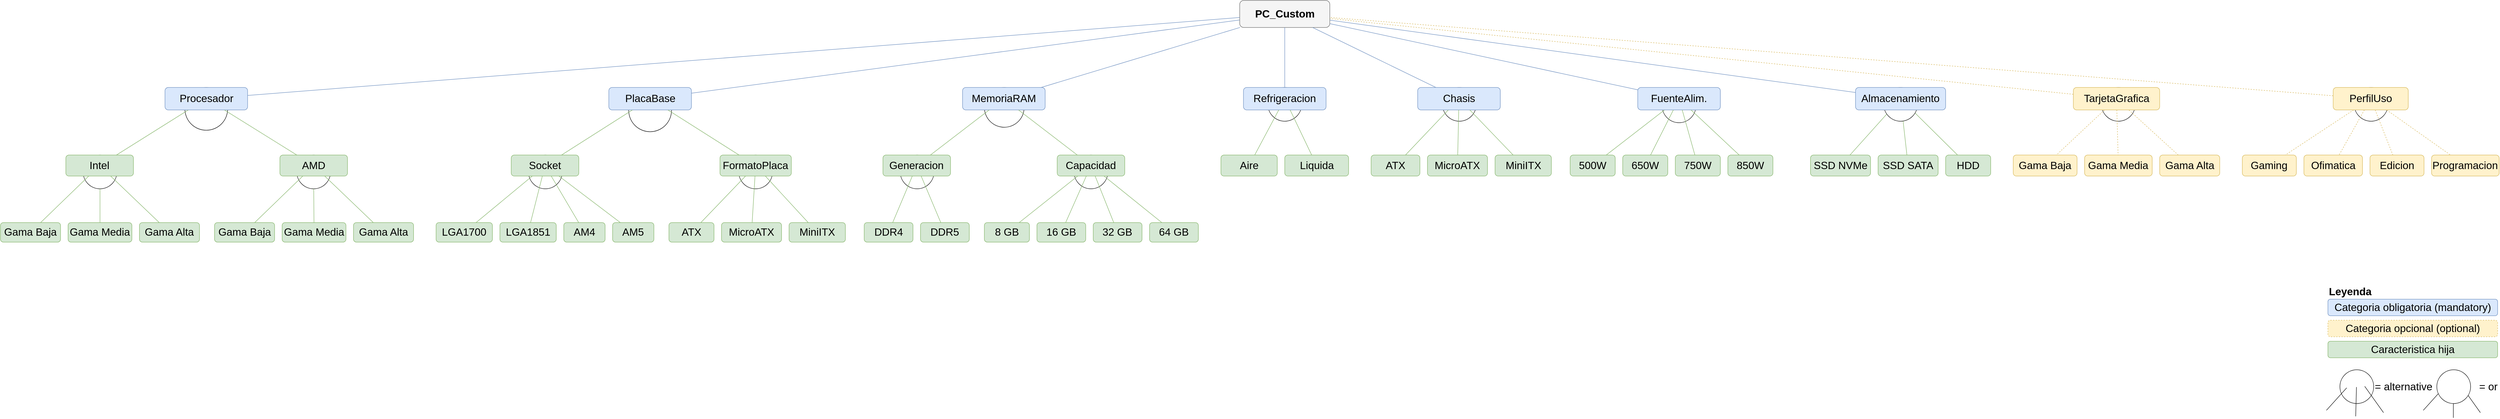
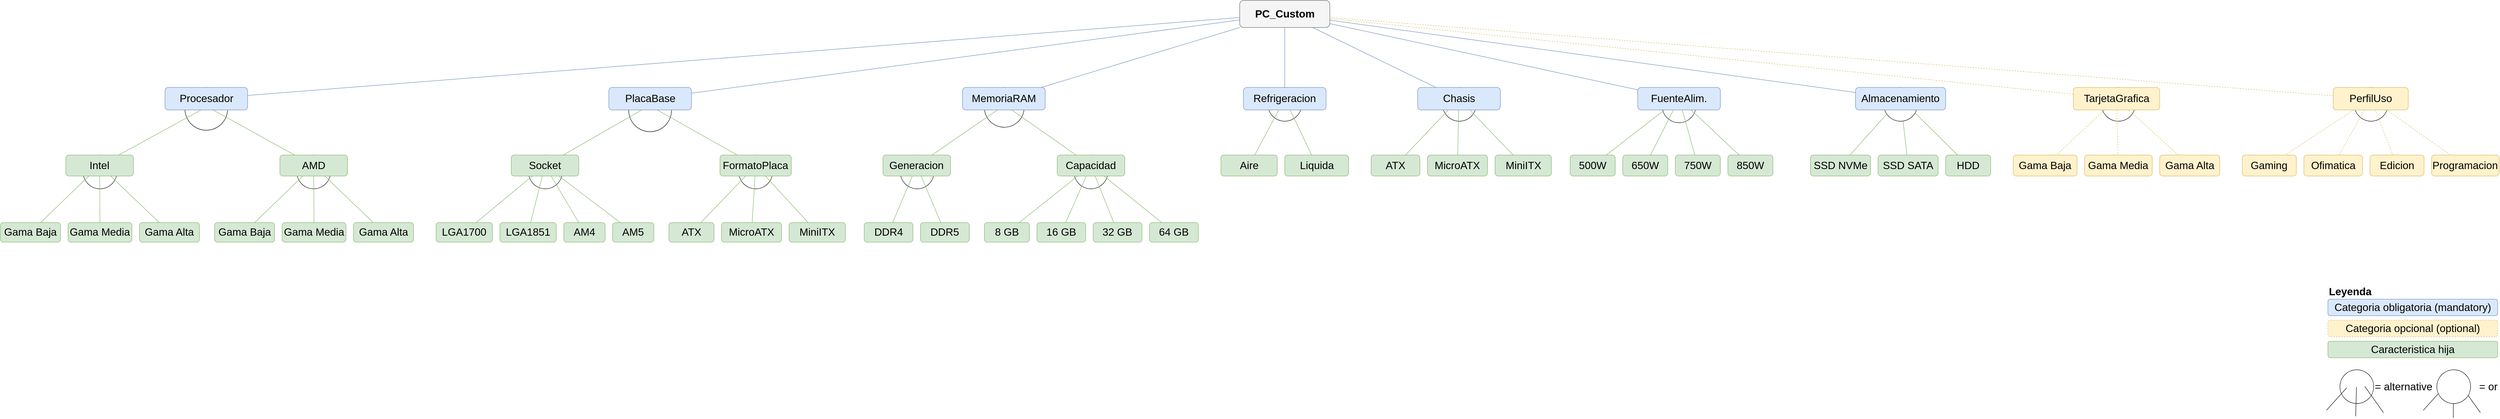
<mxfile host="app.diagrams.net">
  <diagram name="Feature Model" id="fm-tree">
-     <mxGraphModel dx="5110" dy="2810" grid="1" gridSize="10" guides="1" tooltips="1" connect="1" arrows="1" fold="1" page="1" pageScale="1" pageWidth="6171" pageHeight="1029" math="0" shadow="0">
+     <mxGraphModel dx="4687" dy="2590" grid="1" gridSize="10" guides="1" tooltips="1" connect="1" arrows="1" fold="1" page="1" pageScale="1" pageWidth="6171" pageHeight="1029" math="0" shadow="0">
      <root>
        <mxCell id="0" />
        <mxCell id="1" parent="0" />
        <mxCell id="V9edVEXlghJ2Y5-jhlzW-20" parent="1" style="ellipse;whiteSpace=wrap;html=1;aspect=fixed;fontSize=24;" value="" vertex="1">
          <mxGeometry height="97.7" width="97.7" x="438" y="209.6" as="geometry" />
        </mxCell>
        <mxCell id="V9edVEXlghJ2Y5-jhlzW-19" parent="1" style="ellipse;whiteSpace=wrap;html=1;aspect=fixed;fontSize=24;" value="" vertex="1">
          <mxGeometry height="97.7" width="97.7" x="1451.1" y="213" as="geometry" />
        </mxCell>
        <mxCell id="V9edVEXlghJ2Y5-jhlzW-4" parent="1" style="ellipse;whiteSpace=wrap;html=1;aspect=fixed;fontSize=24;" value="" vertex="1">
          <mxGeometry height="77.1" width="77.1" x="4812.9" y="209.6" as="geometry" />
        </mxCell>
        <mxCell id="V9edVEXlghJ2Y5-jhlzW-5" parent="1" style="ellipse;whiteSpace=wrap;html=1;aspect=fixed;fontSize=24;" value="" vertex="1">
          <mxGeometry height="77.1" width="77.1" x="5389.7" y="209.6" as="geometry" />
        </mxCell>
        <mxCell id="V9edVEXlghJ2Y5-jhlzW-6" parent="1" style="ellipse;whiteSpace=wrap;html=1;aspect=fixed;fontSize=24;" value="" vertex="1">
          <mxGeometry height="77.1" width="77.1" x="3308.6" y="209.6" as="geometry" />
        </mxCell>
        <mxCell id="V9edVEXlghJ2Y5-jhlzW-7" parent="1" style="ellipse;whiteSpace=wrap;html=1;aspect=fixed;fontSize=24;" value="" vertex="1">
          <mxGeometry height="77.1" width="77.1" x="2910" y="209.6" as="geometry" />
        </mxCell>
        <mxCell id="V9edVEXlghJ2Y5-jhlzW-8" parent="1" style="ellipse;whiteSpace=wrap;html=1;aspect=fixed;fontSize=24;" value="" vertex="1">
          <mxGeometry height="90.9" width="90.9" x="2262.9" y="209.6" as="geometry" />
        </mxCell>
        <mxCell id="V9edVEXlghJ2Y5-jhlzW-9" parent="1" style="ellipse;whiteSpace=wrap;html=1;aspect=fixed;fontSize=24;" value="" vertex="1">
          <mxGeometry height="77.1" width="77.1" x="2467.7" y="363.9" as="geometry" />
        </mxCell>
        <mxCell id="V9edVEXlghJ2Y5-jhlzW-10" parent="1" style="ellipse;whiteSpace=wrap;html=1;aspect=fixed;fontSize=24;" value="" vertex="1">
          <mxGeometry height="77.1" width="77.1" x="2070.9" y="363.9" as="geometry" />
        </mxCell>
        <mxCell id="V9edVEXlghJ2Y5-jhlzW-11" parent="1" style="ellipse;whiteSpace=wrap;html=1;aspect=fixed;fontSize=24;" value="" vertex="1">
          <mxGeometry height="77.1" width="77.1" x="1702.3" y="363.9" as="geometry" />
        </mxCell>
        <mxCell id="V9edVEXlghJ2Y5-jhlzW-12" parent="1" style="ellipse;whiteSpace=wrap;html=1;aspect=fixed;fontSize=24;" value="" vertex="1">
          <mxGeometry height="77.1" width="77.1" x="1222.3" y="363.9" as="geometry" />
        </mxCell>
        <mxCell id="V9edVEXlghJ2Y5-jhlzW-15" parent="1" style="ellipse;whiteSpace=wrap;html=1;aspect=fixed;fontSize=24;" value="" vertex="1">
          <mxGeometry height="77.1" width="77.1" x="693.4" y="363.9" as="geometry" />
        </mxCell>
        <mxCell id="V9edVEXlghJ2Y5-jhlzW-17" parent="1" style="ellipse;whiteSpace=wrap;html=1;aspect=fixed;fontSize=24;" value="" vertex="1">
          <mxGeometry height="77.1" width="77.1" x="205.7" y="363.9" as="geometry" />
        </mxCell>
        <mxCell id="V9edVEXlghJ2Y5-jhlzW-3" parent="1" style="ellipse;whiteSpace=wrap;html=1;aspect=fixed;fontSize=24;" value="" vertex="1">
          <mxGeometry height="77.1" width="77.1" x="3810" y="213" as="geometry" />
        </mxCell>
        <mxCell id="root" parent="1" style="rounded=1;whiteSpace=wrap;html=1;fillColor=#f5f5f5;strokeColor=#666666;fontStyle=1;fontSize=24;" value="PC_Custom" vertex="1">
          <mxGeometry height="61.7" width="205.7" x="2845.75" y="10.999999999999996" as="geometry" />
        </mxCell>
        <mxCell id="proc" parent="1" style="rounded=1;whiteSpace=wrap;html=1;fillColor=#dae8fc;strokeColor=#6c8ebf;fontSize=24;" value="Procesador" vertex="1">
          <mxGeometry height="51.4" width="188.6" x="392.6" y="209.6" as="geometry" />
        </mxCell>
        <mxCell id="pb" parent="1" style="rounded=1;whiteSpace=wrap;html=1;fillColor=#dae8fc;strokeColor=#6c8ebf;fontSize=24;" value="PlacaBase" vertex="1">
          <mxGeometry height="51.4" width="188.6" x="1405.7" y="209.6" as="geometry" />
        </mxCell>
        <mxCell id="ram" parent="1" style="rounded=1;whiteSpace=wrap;html=1;fillColor=#dae8fc;strokeColor=#6c8ebf;fontSize=24;" value="MemoriaRAM" vertex="1">
          <mxGeometry height="51.4" width="188.6" x="2213.1" y="209.6" as="geometry" />
        </mxCell>
        <mxCell id="ref" parent="1" style="rounded=1;whiteSpace=wrap;html=1;fillColor=#dae8fc;strokeColor=#6c8ebf;fontSize=24;" value="Refrigeracion" vertex="1">
          <mxGeometry height="51.4" width="188.6" x="2854.3" y="209.6" as="geometry" />
        </mxCell>
        <mxCell id="chasis" parent="1" style="rounded=1;whiteSpace=wrap;html=1;fillColor=#dae8fc;strokeColor=#6c8ebf;fontSize=24;" value="Chasis" vertex="1">
          <mxGeometry height="51.4" width="188.6" x="3252" y="209.6" as="geometry" />
        </mxCell>
        <mxCell id="psu" parent="1" style="rounded=1;whiteSpace=wrap;html=1;fillColor=#dae8fc;strokeColor=#6c8ebf;fontSize=24;" value="FuenteAlim." vertex="1">
          <mxGeometry height="51.4" width="188.6" x="3754.3" y="209.6" as="geometry" />
        </mxCell>
        <mxCell id="gpu" parent="1" style="rounded=1;whiteSpace=wrap;html=1;fillColor=#fff2cc;strokeColor=#d6b656;fontSize=24;" value="TarjetaGrafica" vertex="1">
          <mxGeometry height="51.4" width="197.1" x="4748.6" y="209.6" as="geometry" />
        </mxCell>
        <mxCell id="perfil" parent="1" style="rounded=1;whiteSpace=wrap;html=1;fillColor=#fff2cc;strokeColor=#d6b656;fontSize=24;" value="PerfilUso" vertex="1">
          <mxGeometry height="51.4" width="171.4" x="5341.7" y="209.6" as="geometry" />
        </mxCell>
        <mxCell id="intel" parent="1" style="rounded=1;whiteSpace=wrap;html=1;fillColor=#d5e8d4;strokeColor=#82b366;fontSize=24;" value="Intel" vertex="1">
          <mxGeometry height="48" width="154.3" x="166.3" y="363.9" as="geometry" />
        </mxCell>
        <mxCell id="amd" parent="1" style="rounded=1;whiteSpace=wrap;html=1;fillColor=#d5e8d4;strokeColor=#82b366;fontSize=24;" value="AMD" vertex="1">
          <mxGeometry height="48" width="154.3" x="654.9" y="363.9" as="geometry" />
        </mxCell>
-         <mxCell id="e_p_intel" edge="1" parent="1" source="proc" style="endArrow=none;html=1;strokeColor=#82b366;fontSize=24;" target="intel">
-           <mxGeometry relative="1" as="geometry" />
-         </mxCell>
-         <mxCell id="e_p_amd" edge="1" parent="1" source="proc" style="endArrow=none;html=1;strokeColor=#82b366;fontSize=24;" target="amd">
+         <mxCell id="e_p_intel" edge="1" parent="1" source="proc" style="endArrow=none;html=1;strokeColor=#82b366;fontSize=24;exitX=0.436;exitY=0.999;exitDx=0;exitDy=0;exitPerimeter=0;" target="intel">
+           <mxGeometry relative="1" as="geometry" />
+         </mxCell>
+         <mxCell id="e_p_amd" edge="1" parent="1" source="proc" style="endArrow=none;html=1;strokeColor=#82b366;fontSize=24;exitX=0.58;exitY=0.999;exitDx=0;exitDy=0;exitPerimeter=0;" target="amd">
          <mxGeometry relative="1" as="geometry" />
        </mxCell>
        <mxCell id="i_low" parent="1" style="rounded=1;whiteSpace=wrap;html=1;fillColor=#d5e8d4;strokeColor=#82b366;fontSize=24;" value="Gama Baja" vertex="1">
          <mxGeometry height="44.6" width="137.1" x="17.1" y="518.1" as="geometry" />
        </mxCell>
        <mxCell id="i_mid" parent="1" style="rounded=1;whiteSpace=wrap;html=1;fillColor=#d5e8d4;strokeColor=#82b366;fontSize=24;" value="Gama Media" vertex="1">
          <mxGeometry height="44.6" width="145.7" x="171.4" y="518.1" as="geometry" />
        </mxCell>
        <mxCell id="i_high" parent="1" style="rounded=1;whiteSpace=wrap;html=1;fillColor=#d5e8d4;strokeColor=#82b366;fontSize=24;" value="Gama Alta" vertex="1">
          <mxGeometry height="44.6" width="137.1" x="334.3" y="518.1" as="geometry" />
        </mxCell>
        <mxCell id="e_i_l" edge="1" parent="1" source="intel" style="endArrow=none;html=1;strokeColor=#82b366;fontSize=24;" target="i_low">
          <mxGeometry relative="1" as="geometry" />
        </mxCell>
-         <mxCell id="e_i_m" edge="1" parent="1" source="V9edVEXlghJ2Y5-jhlzW-17" style="endArrow=none;html=1;strokeColor=#82b366;fontSize=24;" target="i_mid">
+         <mxCell id="e_i_m" edge="1" parent="1" source="intel" style="endArrow=none;html=1;strokeColor=#82b366;fontSize=24;" target="i_mid">
          <mxGeometry relative="1" as="geometry" />
        </mxCell>
        <mxCell id="e_i_h" edge="1" parent="1" source="intel" style="endArrow=none;html=1;strokeColor=#82b366;fontSize=24;" target="i_high">
          <mxGeometry relative="1" as="geometry" />
        </mxCell>
        <mxCell id="a_low" parent="1" style="rounded=1;whiteSpace=wrap;html=1;fillColor=#d5e8d4;strokeColor=#82b366;fontSize=24;" value="Gama Baja" vertex="1">
          <mxGeometry height="44.6" width="137.1" x="505.7" y="518.1" as="geometry" />
        </mxCell>
        <mxCell id="a_mid" parent="1" style="rounded=1;whiteSpace=wrap;html=1;fillColor=#d5e8d4;strokeColor=#82b366;fontSize=24;" value="Gama Media" vertex="1">
          <mxGeometry height="44.6" width="145.7" x="660" y="518.1" as="geometry" />
        </mxCell>
        <mxCell id="a_high" parent="1" style="rounded=1;whiteSpace=wrap;html=1;fillColor=#d5e8d4;strokeColor=#82b366;fontSize=24;" value="Gama Alta" vertex="1">
          <mxGeometry height="44.6" width="137.1" x="822.9" y="518.1" as="geometry" />
        </mxCell>
        <mxCell id="e_a_l" edge="1" parent="1" source="amd" style="endArrow=none;html=1;strokeColor=#82b366;fontSize=24;" target="a_low">
          <mxGeometry relative="1" as="geometry" />
        </mxCell>
-         <mxCell id="e_a_m" edge="1" parent="1" source="V9edVEXlghJ2Y5-jhlzW-15" style="endArrow=none;html=1;strokeColor=#82b366;fontSize=24;" target="a_mid">
+         <mxCell id="e_a_m" edge="1" parent="1" source="amd" style="endArrow=none;html=1;strokeColor=#82b366;fontSize=24;" target="a_mid">
          <mxGeometry relative="1" as="geometry" />
        </mxCell>
        <mxCell id="e_a_h" edge="1" parent="1" source="amd" style="endArrow=none;html=1;strokeColor=#82b366;fontSize=24;" target="a_high">
          <mxGeometry relative="1" as="geometry" />
        </mxCell>
        <mxCell id="socket" parent="1" style="rounded=1;whiteSpace=wrap;html=1;fillColor=#d5e8d4;strokeColor=#82b366;fontSize=24;" value="Socket" vertex="1">
          <mxGeometry height="48" width="154.3" x="1182.9" y="363.9" as="geometry" />
        </mxCell>
        <mxCell id="formato" parent="1" style="rounded=1;whiteSpace=wrap;html=1;fillColor=#d5e8d4;strokeColor=#82b366;fontSize=24;" value="FormatoPlaca" vertex="1">
          <mxGeometry height="48" width="162.9" x="1659.4" y="363.9" as="geometry" />
        </mxCell>
-         <mxCell id="e_pb_s" edge="1" parent="1" source="pb" style="endArrow=none;html=1;strokeColor=#82b366;fontSize=24;" target="socket">
-           <mxGeometry relative="1" as="geometry" />
-         </mxCell>
-         <mxCell id="e_pb_f" edge="1" parent="1" source="pb" style="endArrow=none;html=1;strokeColor=#82b366;fontSize=24;" target="formato">
-           <mxGeometry relative="1" as="geometry" />
+         <mxCell id="e_pb_s" edge="1" parent="1" source="pb" style="endArrow=none;html=1;strokeColor=#82b366;fontSize=24;exitX=0.394;exitY=1.008;exitDx=0;exitDy=0;exitPerimeter=0;" target="socket">
+           <mxGeometry relative="1" as="geometry" />
+         </mxCell>
+         <mxCell id="e_pb_f" edge="1" parent="1" source="pb" style="endArrow=none;html=1;strokeColor=#82b366;fontSize=24;exitX=0.589;exitY=1.004;exitDx=0;exitDy=0;exitPerimeter=0;" target="formato">
+           <mxGeometry relative="1" as="geometry">
+             <mxPoint x="1520" y="260" as="sourcePoint" />
+           </mxGeometry>
        </mxCell>
        <mxCell id="lga1700" parent="1" style="rounded=1;whiteSpace=wrap;html=1;fillColor=#d5e8d4;strokeColor=#82b366;fontSize=24;" value="LGA1700" vertex="1">
          <mxGeometry height="44.6" width="128.6" x="1011.4" y="518.1" as="geometry" />
        </mxCell>
        <mxCell id="lga1851" parent="1" style="rounded=1;whiteSpace=wrap;html=1;fillColor=#d5e8d4;strokeColor=#82b366;fontSize=24;" value="LGA1851" vertex="1">
          <mxGeometry height="44.6" width="128.6" x="1157.1" y="518.1" as="geometry" />
        </mxCell>
        <mxCell id="am4" parent="1" style="rounded=1;whiteSpace=wrap;html=1;fillColor=#d5e8d4;strokeColor=#82b366;fontSize=24;" value="AM4" vertex="1">
          <mxGeometry height="44.6" width="94.3" x="1302.9" y="518.1" as="geometry" />
        </mxCell>
        <mxCell id="am5" parent="1" style="rounded=1;whiteSpace=wrap;html=1;fillColor=#d5e8d4;strokeColor=#82b366;fontSize=24;" value="AM5" vertex="1">
          <mxGeometry height="44.6" width="94.3" x="1414.3" y="518.1" as="geometry" />
        </mxCell>
        <mxCell id="e_s_1700" edge="1" parent="1" source="socket" style="endArrow=none;html=1;strokeColor=#82b366;fontSize=24;" target="lga1700">
          <mxGeometry relative="1" as="geometry" />
        </mxCell>
        <mxCell id="e_s_1851" edge="1" parent="1" source="socket" style="endArrow=none;html=1;strokeColor=#82b366;fontSize=24;" target="lga1851">
          <mxGeometry relative="1" as="geometry" />
        </mxCell>
        <mxCell id="e_s_am4" edge="1" parent="1" source="socket" style="endArrow=none;html=1;strokeColor=#82b366;fontSize=24;" target="am4">
          <mxGeometry relative="1" as="geometry" />
        </mxCell>
        <mxCell id="e_s_am5" edge="1" parent="1" source="socket" style="endArrow=none;html=1;strokeColor=#82b366;fontSize=24;" target="am5">
          <mxGeometry relative="1" as="geometry" />
        </mxCell>
        <mxCell id="atx" parent="1" style="rounded=1;whiteSpace=wrap;html=1;fillColor=#d5e8d4;strokeColor=#82b366;fontSize=24;" value="ATX" vertex="1">
          <mxGeometry height="44.6" width="102.9" x="1542.9" y="518.1" as="geometry" />
        </mxCell>
        <mxCell id="matx" parent="1" style="rounded=1;whiteSpace=wrap;html=1;fillColor=#d5e8d4;strokeColor=#82b366;fontSize=24;" value="MicroATX" vertex="1">
          <mxGeometry height="44.6" width="137.1" x="1662.9" y="518.1" as="geometry" />
        </mxCell>
        <mxCell id="mitx" parent="1" style="rounded=1;whiteSpace=wrap;html=1;fillColor=#d5e8d4;strokeColor=#82b366;fontSize=24;" value="MiniITX" vertex="1">
          <mxGeometry height="44.6" width="128.6" x="1817.1" y="518.1" as="geometry" />
        </mxCell>
        <mxCell id="e_f_atx" edge="1" parent="1" source="formato" style="endArrow=none;html=1;strokeColor=#82b366;fontSize=24;" target="atx">
          <mxGeometry relative="1" as="geometry" />
        </mxCell>
        <mxCell id="e_f_matx" edge="1" parent="1" source="formato" style="endArrow=none;html=1;strokeColor=#82b366;fontSize=24;" target="matx">
          <mxGeometry relative="1" as="geometry" />
        </mxCell>
        <mxCell id="e_f_mitx" edge="1" parent="1" source="formato" style="endArrow=none;html=1;strokeColor=#82b366;fontSize=24;" target="mitx">
          <mxGeometry relative="1" as="geometry" />
        </mxCell>
        <mxCell id="genram" parent="1" style="rounded=1;whiteSpace=wrap;html=1;fillColor=#d5e8d4;strokeColor=#82b366;fontSize=24;" value="Generacion" vertex="1">
          <mxGeometry height="48" width="154.3" x="2031.4" y="363.9" as="geometry" />
        </mxCell>
        <mxCell id="capram" parent="1" style="rounded=1;whiteSpace=wrap;html=1;fillColor=#d5e8d4;strokeColor=#82b366;fontSize=24;" value="Capacidad" vertex="1">
          <mxGeometry height="48" width="154.3" x="2429.1" y="363.9" as="geometry" />
        </mxCell>
-         <mxCell id="e_ram_g" edge="1" parent="1" source="ram" style="endArrow=none;html=1;strokeColor=#82b366;fontSize=24;" target="genram">
-           <mxGeometry relative="1" as="geometry" />
-         </mxCell>
-         <mxCell id="e_ram_c" edge="1" parent="1" source="ram" style="endArrow=none;html=1;strokeColor=#82b366;fontSize=24;" target="capram">
-           <mxGeometry relative="1" as="geometry" />
+         <mxCell id="e_ram_g" edge="1" parent="1" source="ram" style="endArrow=none;html=1;strokeColor=#82b366;fontSize=24;exitX=0.419;exitY=1.01;exitDx=0;exitDy=0;exitPerimeter=0;" target="genram">
+           <mxGeometry relative="1" as="geometry" />
+         </mxCell>
+         <mxCell id="e_ram_c" edge="1" parent="1" source="ram" style="endArrow=none;html=1;strokeColor=#82b366;fontSize=24;exitX=0.598;exitY=1.005;exitDx=0;exitDy=0;exitPerimeter=0;" target="capram">
+           <mxGeometry relative="1" as="geometry">
+             <mxPoint x="2327" y="257" as="sourcePoint" />
+           </mxGeometry>
        </mxCell>
        <mxCell id="ddr4" parent="1" style="rounded=1;whiteSpace=wrap;html=1;fillColor=#d5e8d4;strokeColor=#82b366;fontSize=24;" value="DDR4" vertex="1">
          <mxGeometry height="44.6" width="111.4" x="1988.6" y="518.1" as="geometry" />
        </mxCell>
        <mxCell id="ddr5" parent="1" style="rounded=1;whiteSpace=wrap;html=1;fillColor=#d5e8d4;strokeColor=#82b366;fontSize=24;" value="DDR5" vertex="1">
          <mxGeometry height="44.6" width="111.4" x="2117.1" y="518.1" as="geometry" />
        </mxCell>
        <mxCell id="e_g_ddr4" edge="1" parent="1" source="genram" style="endArrow=none;html=1;strokeColor=#82b366;fontSize=24;" target="ddr4">
          <mxGeometry relative="1" as="geometry" />
        </mxCell>
        <mxCell id="e_g_ddr5" edge="1" parent="1" source="genram" style="endArrow=none;html=1;strokeColor=#82b366;fontSize=24;" target="ddr5">
          <mxGeometry relative="1" as="geometry" />
        </mxCell>
        <mxCell id="r8" parent="1" style="rounded=1;whiteSpace=wrap;html=1;fillColor=#d5e8d4;strokeColor=#82b366;fontSize=24;" value="8 GB" vertex="1">
          <mxGeometry height="44.6" width="102.9" x="2262.9" y="518.1" as="geometry" />
        </mxCell>
        <mxCell id="r16" parent="1" style="rounded=1;whiteSpace=wrap;html=1;fillColor=#d5e8d4;strokeColor=#82b366;fontSize=24;" value="16 GB" vertex="1">
          <mxGeometry height="44.6" width="111.4" x="2382.9" y="518.1" as="geometry" />
        </mxCell>
        <mxCell id="r32" parent="1" style="rounded=1;whiteSpace=wrap;html=1;fillColor=#d5e8d4;strokeColor=#82b366;fontSize=24;" value="32 GB" vertex="1">
          <mxGeometry height="44.6" width="111.4" x="2511.4" y="518.1" as="geometry" />
        </mxCell>
        <mxCell id="r64" parent="1" style="rounded=1;whiteSpace=wrap;html=1;fillColor=#d5e8d4;strokeColor=#82b366;fontSize=24;" value="64 GB" vertex="1">
          <mxGeometry height="44.6" width="111.4" x="2640" y="518.1" as="geometry" />
        </mxCell>
        <mxCell id="e_c_8" edge="1" parent="1" source="capram" style="endArrow=none;html=1;strokeColor=#82b366;fontSize=24;" target="r8">
          <mxGeometry relative="1" as="geometry" />
        </mxCell>
        <mxCell id="e_c_16" edge="1" parent="1" source="capram" style="endArrow=none;html=1;strokeColor=#82b366;fontSize=24;" target="r16">
          <mxGeometry relative="1" as="geometry" />
        </mxCell>
        <mxCell id="e_c_32" edge="1" parent="1" source="capram" style="endArrow=none;html=1;strokeColor=#82b366;fontSize=24;" target="r32">
          <mxGeometry relative="1" as="geometry" />
        </mxCell>
        <mxCell id="e_c_64" edge="1" parent="1" source="capram" style="endArrow=none;html=1;strokeColor=#82b366;fontSize=24;" target="r64">
          <mxGeometry relative="1" as="geometry" />
        </mxCell>
        <mxCell id="ref_aire" parent="1" style="rounded=1;whiteSpace=wrap;html=1;fillColor=#d5e8d4;strokeColor=#82b366;fontSize=24;" value="Aire" vertex="1">
          <mxGeometry height="48" width="128.6" x="2802.9" y="363.9" as="geometry" />
        </mxCell>
        <mxCell id="ref_liq" parent="1" style="rounded=1;whiteSpace=wrap;html=1;fillColor=#d5e8d4;strokeColor=#82b366;fontSize=24;" value="Liquida" vertex="1">
          <mxGeometry height="48" width="145.7" x="2948.6" y="363.9" as="geometry" />
        </mxCell>
        <mxCell id="e_ref_a" edge="1" parent="1" source="ref" style="endArrow=none;html=1;strokeColor=#82b366;fontSize=24;" target="ref_aire">
          <mxGeometry relative="1" as="geometry" />
        </mxCell>
        <mxCell id="e_ref_l" edge="1" parent="1" source="ref" style="endArrow=none;html=1;strokeColor=#82b366;fontSize=24;" target="ref_liq">
          <mxGeometry relative="1" as="geometry" />
        </mxCell>
        <mxCell id="ch_atx" parent="1" style="rounded=1;whiteSpace=wrap;html=1;fillColor=#d5e8d4;strokeColor=#82b366;fontSize=24;" value="ATX" vertex="1">
          <mxGeometry height="48" width="111.4" x="3145.7" y="363.9" as="geometry" />
        </mxCell>
        <mxCell id="ch_matx" parent="1" style="rounded=1;whiteSpace=wrap;html=1;fillColor=#d5e8d4;strokeColor=#82b366;fontSize=24;" value="MicroATX" vertex="1">
          <mxGeometry height="48" width="137.1" x="3274.3" y="363.9" as="geometry" />
        </mxCell>
        <mxCell id="ch_mitx" parent="1" style="rounded=1;whiteSpace=wrap;html=1;fillColor=#d5e8d4;strokeColor=#82b366;fontSize=24;" value="MiniITX" vertex="1">
          <mxGeometry height="48" width="128.6" x="3428.6" y="363.9" as="geometry" />
        </mxCell>
        <mxCell id="e_ch_a" edge="1" parent="1" source="chasis" style="endArrow=none;html=1;strokeColor=#82b366;fontSize=24;" target="ch_atx">
          <mxGeometry relative="1" as="geometry" />
        </mxCell>
        <mxCell id="e_ch_m" edge="1" parent="1" source="chasis" style="endArrow=none;html=1;strokeColor=#82b366;fontSize=24;" target="ch_matx">
          <mxGeometry relative="1" as="geometry" />
        </mxCell>
        <mxCell id="e_ch_mi" edge="1" parent="1" source="chasis" style="endArrow=none;html=1;strokeColor=#82b366;fontSize=24;" target="ch_mitx">
          <mxGeometry relative="1" as="geometry" />
        </mxCell>
        <mxCell id="p500" parent="1" style="rounded=1;whiteSpace=wrap;html=1;fillColor=#d5e8d4;strokeColor=#82b366;fontSize=24;" value="500W" vertex="1">
          <mxGeometry height="48" width="102.9" x="3600" y="363.9" as="geometry" />
        </mxCell>
        <mxCell id="p650" parent="1" style="rounded=1;whiteSpace=wrap;html=1;fillColor=#d5e8d4;strokeColor=#82b366;fontSize=24;" value="650W" vertex="1">
          <mxGeometry height="48" width="102.9" x="3720" y="363.9" as="geometry" />
        </mxCell>
        <mxCell id="p750" parent="1" style="rounded=1;whiteSpace=wrap;html=1;fillColor=#d5e8d4;strokeColor=#82b366;fontSize=24;" value="750W" vertex="1">
          <mxGeometry height="48" width="102.9" x="3840" y="363.9" as="geometry" />
        </mxCell>
        <mxCell id="p850" parent="1" style="rounded=1;whiteSpace=wrap;html=1;fillColor=#d5e8d4;strokeColor=#82b366;fontSize=24;" value="850W" vertex="1">
          <mxGeometry height="48" width="102.9" x="3960" y="363.9" as="geometry" />
        </mxCell>
        <mxCell id="e_p500" edge="1" parent="1" source="psu" style="endArrow=none;html=1;strokeColor=#82b366;fontSize=24;" target="p500">
          <mxGeometry relative="1" as="geometry" />
        </mxCell>
        <mxCell id="e_p650" edge="1" parent="1" source="psu" style="endArrow=none;html=1;strokeColor=#82b366;fontSize=24;" target="p650">
          <mxGeometry relative="1" as="geometry" />
        </mxCell>
        <mxCell id="e_p750" edge="1" parent="1" source="psu" style="endArrow=none;html=1;strokeColor=#82b366;fontSize=24;" target="p750">
          <mxGeometry relative="1" as="geometry" />
        </mxCell>
        <mxCell id="e_p850" edge="1" parent="1" source="psu" style="endArrow=none;html=1;strokeColor=#82b366;fontSize=24;" target="p850">
          <mxGeometry relative="1" as="geometry" />
        </mxCell>
        <mxCell id="nvme" parent="1" style="rounded=1;whiteSpace=wrap;html=1;fillColor=#d5e8d4;strokeColor=#82b366;fontSize=24;" value="SSD NVMe" vertex="1">
          <mxGeometry height="48" width="137.1" x="4148.6" y="363.9" as="geometry" />
        </mxCell>
        <mxCell id="sata" parent="1" style="rounded=1;whiteSpace=wrap;html=1;fillColor=#d5e8d4;strokeColor=#82b366;fontSize=24;" value="SSD SATA" vertex="1">
          <mxGeometry height="48" width="137.1" x="4302.9" y="363.9" as="geometry" />
        </mxCell>
        <mxCell id="hdd" parent="1" style="rounded=1;whiteSpace=wrap;html=1;fillColor=#d5e8d4;strokeColor=#82b366;fontSize=24;" value="HDD" vertex="1">
          <mxGeometry height="48" width="102.9" x="4457.1" y="363.9" as="geometry" />
        </mxCell>
        <mxCell id="e_alm_n" edge="1" parent="1" source="alm" style="endArrow=none;html=1;strokeColor=#82b366;fontSize=24;" target="nvme">
          <mxGeometry relative="1" as="geometry" />
        </mxCell>
        <mxCell id="e_alm_s" edge="1" parent="1" source="alm" style="endArrow=none;html=1;strokeColor=#82b366;fontSize=24;" target="sata">
          <mxGeometry relative="1" as="geometry" />
        </mxCell>
        <mxCell id="e_alm_h" edge="1" parent="1" source="alm" style="endArrow=none;html=1;strokeColor=#82b366;fontSize=24;" target="hdd">
          <mxGeometry relative="1" as="geometry" />
        </mxCell>
        <mxCell id="g_low" parent="1" style="rounded=1;whiteSpace=wrap;html=1;fillColor=#fff2cc;strokeColor=#d6b656;fontSize=24;" value="Gama Baja" vertex="1">
          <mxGeometry height="48" width="145.7" x="4611.4" y="363.9" as="geometry" />
        </mxCell>
        <mxCell id="g_mid" parent="1" style="rounded=1;whiteSpace=wrap;html=1;fillColor=#fff2cc;strokeColor=#d6b656;fontSize=24;" value="Gama Media" vertex="1">
          <mxGeometry height="48" width="154.3" x="4774.3" y="363.9" as="geometry" />
        </mxCell>
        <mxCell id="g_high" parent="1" style="rounded=1;whiteSpace=wrap;html=1;fillColor=#fff2cc;strokeColor=#d6b656;fontSize=24;" value="Gama Alta" vertex="1">
          <mxGeometry height="48" width="137.1" x="4945.7" y="363.9" as="geometry" />
        </mxCell>
        <mxCell id="e_g_l" edge="1" parent="1" source="gpu" style="endArrow=none;html=1;strokeColor=#d6b656;dashed=1;fontSize=24;" target="g_low">
          <mxGeometry relative="1" as="geometry" />
        </mxCell>
        <mxCell id="e_g_m" edge="1" parent="1" source="gpu" style="endArrow=none;html=1;strokeColor=#d6b656;dashed=1;fontSize=24;" target="g_mid">
          <mxGeometry relative="1" as="geometry" />
        </mxCell>
        <mxCell id="e_g_h" edge="1" parent="1" source="gpu" style="endArrow=none;html=1;strokeColor=#d6b656;dashed=1;fontSize=24;" target="g_high">
          <mxGeometry relative="1" as="geometry" />
        </mxCell>
        <mxCell id="p_gam" parent="1" style="rounded=1;whiteSpace=wrap;html=1;fillColor=#fff2cc;strokeColor=#d6b656;fontSize=24;" value="Gaming" vertex="1">
          <mxGeometry height="48" width="123.4" x="5134.3" y="363.9" as="geometry" />
        </mxCell>
        <mxCell id="p_ofi" parent="1" style="rounded=1;whiteSpace=wrap;html=1;fillColor=#fff2cc;strokeColor=#d6b656;fontSize=24;" value="Ofimatica" vertex="1">
          <mxGeometry height="48" width="133.7" x="5274.9" y="363.9" as="geometry" />
        </mxCell>
        <mxCell id="p_edi" parent="1" style="rounded=1;whiteSpace=wrap;html=1;fillColor=#fff2cc;strokeColor=#d6b656;fontSize=24;" value="Edicion" vertex="1">
          <mxGeometry height="48" width="123.4" x="5425.7" y="363.9" as="geometry" />
        </mxCell>
        <mxCell id="p_prog" parent="1" style="rounded=1;whiteSpace=wrap;html=1;fillColor=#fff2cc;strokeColor=#d6b656;fontSize=24;" value="Programacion" vertex="1">
          <mxGeometry height="48" width="154.3" x="5566.3" y="363.9" as="geometry" />
        </mxCell>
        <mxCell id="e_pf_g" edge="1" parent="1" source="perfil" style="endArrow=none;html=1;strokeColor=#d6b656;dashed=1;fontSize=24;" target="p_gam">
          <mxGeometry relative="1" as="geometry" />
        </mxCell>
        <mxCell id="e_pf_o" edge="1" parent="1" source="perfil" style="endArrow=none;html=1;strokeColor=#d6b656;dashed=1;fontSize=24;" target="p_ofi">
          <mxGeometry relative="1" as="geometry" />
        </mxCell>
        <mxCell id="e_pf_e" edge="1" parent="1" source="perfil" style="endArrow=none;html=1;strokeColor=#d6b656;dashed=1;fontSize=24;" target="p_edi">
          <mxGeometry relative="1" as="geometry" />
        </mxCell>
        <mxCell id="e_pf_p" edge="1" parent="1" source="perfil" style="endArrow=none;html=1;strokeColor=#d6b656;dashed=1;fontSize=24;" target="p_prog">
          <mxGeometry relative="1" as="geometry" />
        </mxCell>
        <mxCell id="ley_title" parent="1" style="text;html=1;fontStyle=1;fontSize=24;" value="Leyenda" vertex="1">
          <mxGeometry height="27.4" width="137.1" x="5329.7" y="655.3" as="geometry" />
        </mxCell>
        <mxCell id="ley_mand" parent="1" style="rounded=1;whiteSpace=wrap;html=1;fillColor=#dae8fc;strokeColor=#6c8ebf;fontSize=24;" value="Categoria obligatoria (mandatory)" vertex="1">
          <mxGeometry height="37.7" width="387.4" x="5329.7" y="693" as="geometry" />
        </mxCell>
        <mxCell id="ley_opt" parent="1" style="rounded=1;whiteSpace=wrap;html=1;fillColor=#fff2cc;strokeColor=#d6b656;fontSize=24;dashed=1;" value="Categoria opcional (optional)" vertex="1">
          <mxGeometry height="37.7" width="387.4" x="5329.7" y="741" as="geometry" />
        </mxCell>
        <mxCell id="ley_child" parent="1" style="rounded=1;whiteSpace=wrap;html=1;fillColor=#d5e8d4;strokeColor=#82b366;fontSize=24;" value="Caracteristica hija" vertex="1">
          <mxGeometry height="37.7" width="387.4" x="5329.7" y="789" as="geometry" />
        </mxCell>
        <mxCell id="V9edVEXlghJ2Y5-jhlzW-2" parent="1" style="ellipse;whiteSpace=wrap;html=1;aspect=fixed;fontSize=24;" value="" vertex="1">
          <mxGeometry height="77.1" width="77.1" x="4315.7" y="209.6" as="geometry" />
        </mxCell>
        <mxCell id="alm" parent="1" style="rounded=1;whiteSpace=wrap;html=1;fillColor=#dae8fc;strokeColor=#6c8ebf;fontSize=24;" value="Almacenamiento" vertex="1">
          <mxGeometry height="51.4" width="205.7" x="4251.4" y="209.6" as="geometry" />
        </mxCell>
        <mxCell id="V9edVEXlghJ2Y5-jhlzW-16" edge="1" parent="1" source="amd" style="endArrow=none;html=1;strokeColor=#82b366;fontSize=24;" target="V9edVEXlghJ2Y5-jhlzW-15" value="">
          <mxGeometry relative="1" as="geometry">
            <mxPoint x="732" y="411.9" as="sourcePoint" />
            <mxPoint x="732" y="518.1" as="targetPoint" />
          </mxGeometry>
        </mxCell>
        <mxCell id="V9edVEXlghJ2Y5-jhlzW-18" edge="1" parent="1" source="intel" style="endArrow=none;html=1;strokeColor=#82b366;fontSize=24;" target="V9edVEXlghJ2Y5-jhlzW-17" value="">
          <mxGeometry relative="1" as="geometry">
            <mxPoint x="243.4" y="411.9" as="sourcePoint" />
            <mxPoint x="243.4" y="518.1" as="targetPoint" />
          </mxGeometry>
        </mxCell>
        <mxCell id="V9edVEXlghJ2Y5-jhlzW-21" edge="1" parent="1" source="ref" style="endArrow=none;html=1;rounded=0;strokeColor=#6C8EBF;fontSize=24;" target="root" value="">
          <mxGeometry height="50" relative="1" width="50" as="geometry">
            <mxPoint x="3078.9" y="238.7" as="sourcePoint" />
            <mxPoint x="3164.6" y="153" as="targetPoint" />
          </mxGeometry>
        </mxCell>
        <mxCell id="V9edVEXlghJ2Y5-jhlzW-23" edge="1" parent="1" source="chasis" style="endArrow=none;html=1;rounded=0;strokeColor=#6C8EBF;fontSize=24;" target="root" value="">
          <mxGeometry height="50" relative="1" width="50" as="geometry">
            <mxPoint x="2943.4" y="257.6" as="sourcePoint" />
            <mxPoint x="2948.6" y="165" as="targetPoint" />
          </mxGeometry>
        </mxCell>
        <mxCell id="V9edVEXlghJ2Y5-jhlzW-24" edge="1" parent="1" source="psu" style="endArrow=none;html=1;rounded=0;strokeColor=#6C8EBF;fontSize=24;" target="root" value="">
          <mxGeometry height="50" relative="1" width="50" as="geometry">
            <mxPoint x="3502.3" y="271.3" as="sourcePoint" />
            <mxPoint x="3507.4" y="178.7" as="targetPoint" />
          </mxGeometry>
        </mxCell>
        <mxCell id="V9edVEXlghJ2Y5-jhlzW-25" edge="1" parent="1" source="alm" style="endArrow=none;html=1;rounded=0;strokeColor=#6C8EBF;fontSize=24;" target="root" value="">
          <mxGeometry height="50" relative="1" width="50" as="geometry">
            <mxPoint x="3620.6" y="242.1" as="sourcePoint" />
            <mxPoint x="3625.7" y="149.6" as="targetPoint" />
          </mxGeometry>
        </mxCell>
        <mxCell id="V9edVEXlghJ2Y5-jhlzW-26" edge="1" parent="1" source="ram" style="endArrow=none;html=1;rounded=0;strokeColor=#6C8EBF;fontSize=24;" target="root" value="">
          <mxGeometry height="50" relative="1" width="50" as="geometry">
            <mxPoint x="2610.9" y="250.7" as="sourcePoint" />
            <mxPoint x="2616" y="158.1" as="targetPoint" />
          </mxGeometry>
        </mxCell>
        <mxCell id="V9edVEXlghJ2Y5-jhlzW-27" edge="1" parent="1" source="pb" style="endArrow=none;html=1;rounded=0;strokeColor=#6C8EBF;fontSize=24;" target="root" value="">
          <mxGeometry height="50" relative="1" width="50" as="geometry">
            <mxPoint x="2370.9" y="225" as="sourcePoint" />
            <mxPoint x="2376" y="132.4" as="targetPoint" />
          </mxGeometry>
        </mxCell>
        <mxCell id="V9edVEXlghJ2Y5-jhlzW-28" edge="1" parent="1" source="proc" style="endArrow=none;html=1;rounded=0;strokeColor=#6C8EBF;fontSize=24;" target="root" value="">
          <mxGeometry height="50" relative="1" width="50" as="geometry">
            <mxPoint x="1568.6" y="255.9" as="sourcePoint" />
            <mxPoint x="1573.7" y="163.3" as="targetPoint" />
          </mxGeometry>
        </mxCell>
        <mxCell id="V9edVEXlghJ2Y5-jhlzW-29" edge="1" parent="1" source="gpu" style="endArrow=none;html=1;strokeColor=#d6b656;dashed=1;fontSize=24;" target="root">
          <mxGeometry relative="1" as="geometry">
            <mxPoint x="4863.4" y="307.3" as="sourcePoint" />
            <mxPoint x="4753.7" y="410.1" as="targetPoint" />
          </mxGeometry>
        </mxCell>
        <mxCell id="V9edVEXlghJ2Y5-jhlzW-30" edge="1" parent="1" source="perfil" style="endArrow=none;html=1;strokeColor=#d6b656;dashed=1;fontSize=24;" target="root">
          <mxGeometry relative="1" as="geometry">
            <mxPoint x="4697.1" y="177" as="sourcePoint" />
            <mxPoint x="4587.4" y="279.9" as="targetPoint" />
          </mxGeometry>
        </mxCell>
        <mxCell id="V9edVEXlghJ2Y5-jhlzW-31" parent="1" style="ellipse;whiteSpace=wrap;html=1;aspect=fixed;fontSize=24;" value="" vertex="1">
          <mxGeometry height="77.1" width="77.1" x="5357.1" y="854.1" as="geometry" />
        </mxCell>
        <mxCell id="V9edVEXlghJ2Y5-jhlzW-32" edge="1" parent="1" style="endArrow=none;html=1;strokeColor=default;fontSize=24;">
          <mxGeometry relative="1" as="geometry">
            <mxPoint x="5372.6" y="895.3" as="sourcePoint" />
            <mxPoint x="5326.3" y="946.7" as="targetPoint" />
          </mxGeometry>
        </mxCell>
        <mxCell id="V9edVEXlghJ2Y5-jhlzW-33" edge="1" parent="1" style="endArrow=none;html=1;strokeColor=default;fontSize=24;">
          <mxGeometry relative="1" as="geometry">
            <mxPoint x="5393.1" y="960.4" as="sourcePoint" />
            <mxPoint x="5394.9" y="893.6" as="targetPoint" />
          </mxGeometry>
        </mxCell>
        <mxCell id="V9edVEXlghJ2Y5-jhlzW-34" edge="1" parent="1" style="endArrow=none;html=1;strokeColor=default;fontSize=24;">
          <mxGeometry relative="1" as="geometry">
            <mxPoint x="5413.7" y="891.9" as="sourcePoint" />
            <mxPoint x="5456.6" y="951.9" as="targetPoint" />
          </mxGeometry>
        </mxCell>
        <mxCell id="V9edVEXlghJ2Y5-jhlzW-36" parent="1" style="text;html=1;whiteSpace=wrap;strokeColor=none;fillColor=none;align=center;verticalAlign=middle;rounded=0;fontSize=24;" value="&lt;font&gt;= alternative&lt;/font&gt;" vertex="1">
          <mxGeometry height="51.4" width="137.1" x="5434.3" y="867" as="geometry" />
        </mxCell>
        <mxCell id="V9edVEXlghJ2Y5-jhlzW-40" edge="1" parent="1" style="endArrow=none;html=1;strokeColor=default;fontSize=24;">
          <mxGeometry relative="1" as="geometry">
            <mxPoint x="5593.7" y="895.3" as="sourcePoint" />
            <mxPoint x="5547.4" y="946.7" as="targetPoint" />
          </mxGeometry>
        </mxCell>
        <mxCell id="V9edVEXlghJ2Y5-jhlzW-41" edge="1" parent="1" style="endArrow=none;html=1;strokeColor=default;fontSize=24;">
          <mxGeometry relative="1" as="geometry">
            <mxPoint x="5616" y="963.9" as="sourcePoint" />
            <mxPoint x="5616" y="893.6" as="targetPoint" />
          </mxGeometry>
        </mxCell>
        <mxCell id="V9edVEXlghJ2Y5-jhlzW-42" edge="1" parent="1" style="endArrow=none;html=1;strokeColor=default;fontSize=24;">
          <mxGeometry relative="1" as="geometry">
            <mxPoint x="5634.9" y="891.9" as="sourcePoint" />
            <mxPoint x="5677.7" y="951.9" as="targetPoint" />
          </mxGeometry>
        </mxCell>
        <mxCell id="V9edVEXlghJ2Y5-jhlzW-43" parent="1" style="text;html=1;whiteSpace=wrap;strokeColor=none;fillColor=none;align=center;verticalAlign=middle;rounded=0;fontSize=24;" value="&lt;font&gt;= or&lt;/font&gt;" vertex="1">
          <mxGeometry height="51.4" width="49.7" x="5670.9" y="867" as="geometry" />
        </mxCell>
        <mxCell id="V9edVEXlghJ2Y5-jhlzW-39" parent="1" style="ellipse;whiteSpace=wrap;html=1;aspect=fixed;fontSize=24;" value="" vertex="1">
          <mxGeometry height="77.1" width="77.1" x="5578.3" y="854.1" as="geometry" />
        </mxCell>
      </root>
    </mxGraphModel>
  </diagram>
</mxfile>
